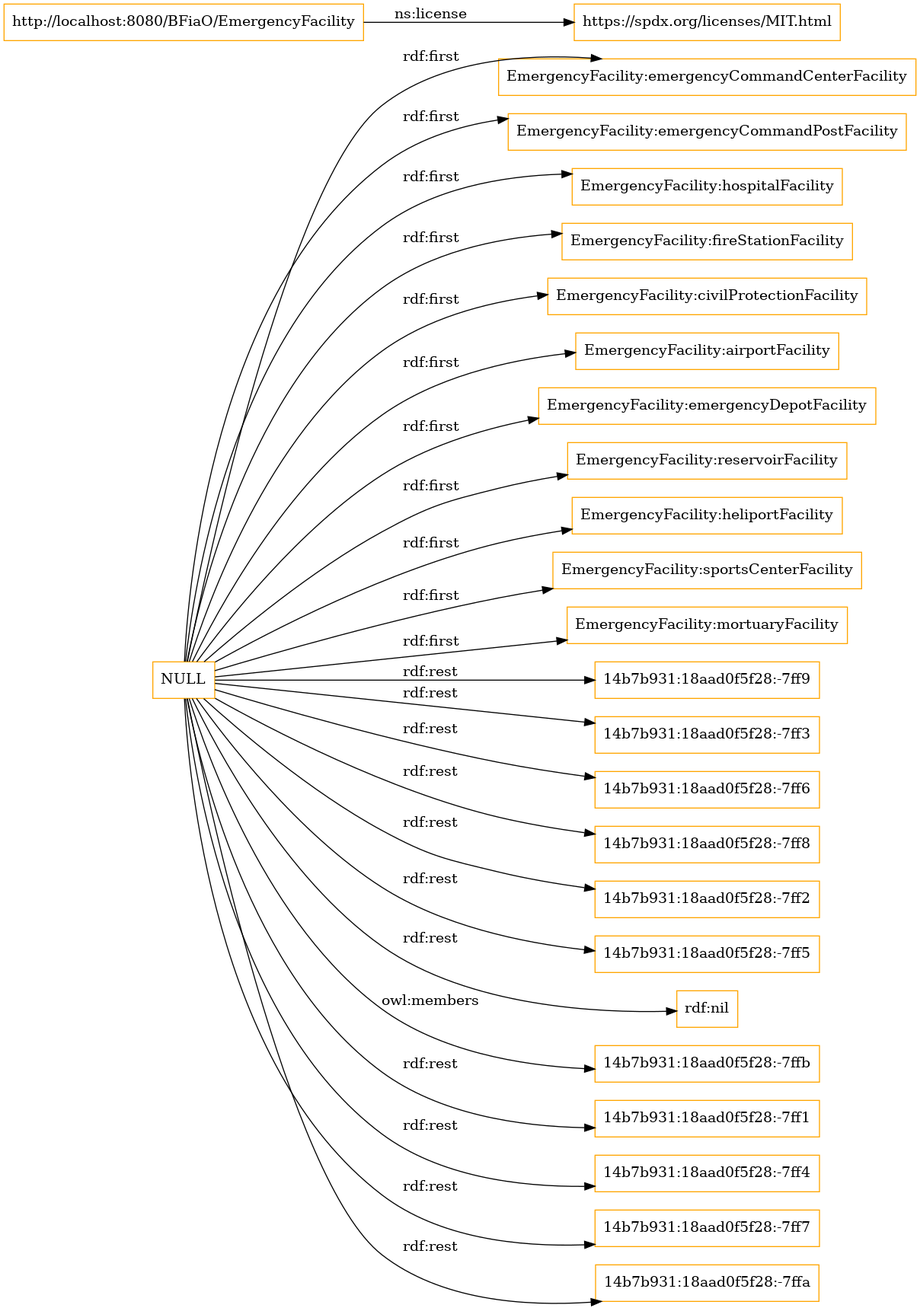
ahmad88me/bfiao keeps this Graphviz diagram as OnToology/EmergencyFacility.owl/diagrams/ar2dtool-class/EmergencyFacility.owl.png. Above is the earlier version. Its source is kept beside it as OnToology/EmergencyFacility.owl/diagrams/ar2dtool-class/EmergencyFacility.owl.png.dot.
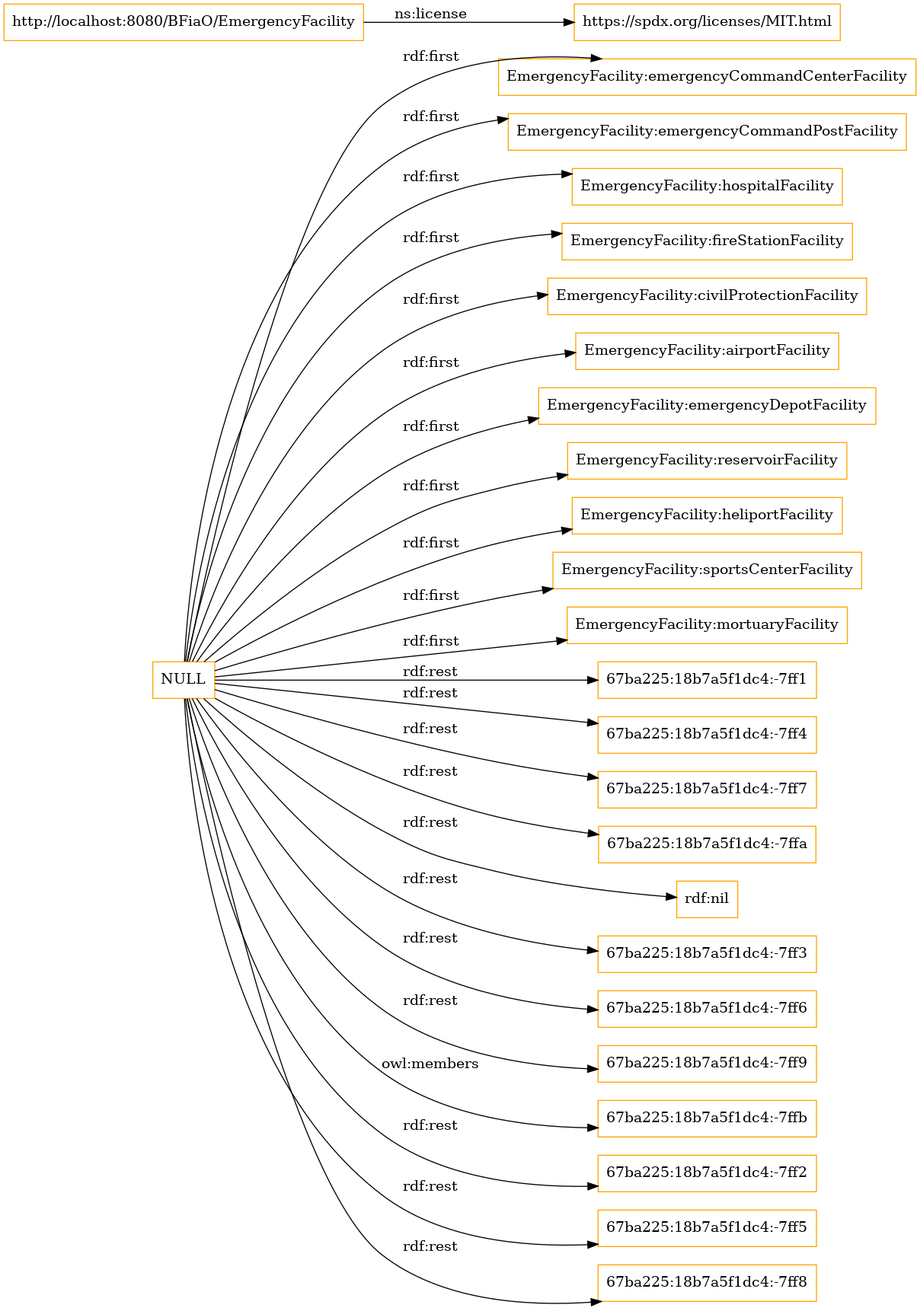
The same file after the commit.

What changed in the source:
```diff
@@ -4,27 +4,27 @@
 node [shape = rectangle, color="orange"]; "EmergencyFacility:emergencyCommandCenterFacility" "EmergencyFacility:emergencyCommandPostFacility" "EmergencyFacility:hospitalFacility" "EmergencyFacility:fireStationFacility" "EmergencyFacility:civilProtectionFacility" "EmergencyFacility:airportFacility" "EmergencyFacility:emergencyDepotFacility" "EmergencyFacility:reservoirFacility" "EmergencyFacility:heliportFacility" "EmergencyFacility:sportsCenterFacility" "EmergencyFacility:mortuaryFacility" ; /*classes style*/
 	"NULL" -> "EmergencyFacility:civilProtectionFacility" [ label = "rdf:first" ];
 	"NULL" -> "EmergencyFacility:emergencyCommandPostFacility" [ label = "rdf:first" ];
-	"NULL" -> "14b7b931:18aad0f5f28:-7ff9" [ label = "rdf:rest" ];
-	"NULL" -> "14b7b931:18aad0f5f28:-7ff3" [ label = "rdf:rest" ];
-	"NULL" -> "14b7b931:18aad0f5f28:-7ff6" [ label = "rdf:rest" ];
+	"NULL" -> "67ba225:18b7a5f1dc4:-7ff1" [ label = "rdf:rest" ];
+	"NULL" -> "67ba225:18b7a5f1dc4:-7ff4" [ label = "rdf:rest" ];
+	"NULL" -> "67ba225:18b7a5f1dc4:-7ff7" [ label = "rdf:rest" ];
+	"NULL" -> "67ba225:18b7a5f1dc4:-7ffa" [ label = "rdf:rest" ];
 	"NULL" -> "EmergencyFacility:emergencyDepotFacility" [ label = "rdf:first" ];
-	"NULL" -> "14b7b931:18aad0f5f28:-7ff8" [ label = "rdf:rest" ];
 	"NULL" -> "EmergencyFacility:hospitalFacility" [ label = "rdf:first" ];
-	"NULL" -> "14b7b931:18aad0f5f28:-7ff2" [ label = "rdf:rest" ];
-	"NULL" -> "14b7b931:18aad0f5f28:-7ff5" [ label = "rdf:rest" ];
 	"NULL" -> "rdf:nil" [ label = "rdf:rest" ];
+	"NULL" -> "EmergencyFacility:heliportFacility" [ label = "rdf:first" ];
+	"NULL" -> "67ba225:18b7a5f1dc4:-7ff3" [ label = "rdf:rest" ];
+	"NULL" -> "67ba225:18b7a5f1dc4:-7ff6" [ label = "rdf:rest" ];
+	"NULL" -> "67ba225:18b7a5f1dc4:-7ff9" [ label = "rdf:rest" ];
 	"NULL" -> "EmergencyFacility:airportFacility" [ label = "rdf:first" ];
-	"NULL" -> "EmergencyFacility:heliportFacility" [ label = "rdf:first" ];
 	"NULL" -> "EmergencyFacility:emergencyCommandCenterFacility" [ label = "rdf:first" ];
+	"NULL" -> "EmergencyFacility:reservoirFacility" [ label = "rdf:first" ];
 	"NULL" -> "EmergencyFacility:fireStationFacility" [ label = "rdf:first" ];
-	"NULL" -> "14b7b931:18aad0f5f28:-7ffb" [ label = "owl:members" ];
-	"NULL" -> "EmergencyFacility:reservoirFacility" [ label = "rdf:first" ];
-	"NULL" -> "14b7b931:18aad0f5f28:-7ff1" [ label = "rdf:rest" ];
-	"NULL" -> "14b7b931:18aad0f5f28:-7ff4" [ label = "rdf:rest" ];
-	"NULL" -> "14b7b931:18aad0f5f28:-7ff7" [ label = "rdf:rest" ];
 	"NULL" -> "EmergencyFacility:mortuaryFacility" [ label = "rdf:first" ];
+	"NULL" -> "67ba225:18b7a5f1dc4:-7ffb" [ label = "owl:members" ];
 	"NULL" -> "EmergencyFacility:sportsCenterFacility" [ label = "rdf:first" ];
-	"NULL" -> "14b7b931:18aad0f5f28:-7ffa" [ label = "rdf:rest" ];
+	"NULL" -> "67ba225:18b7a5f1dc4:-7ff2" [ label = "rdf:rest" ];
+	"NULL" -> "67ba225:18b7a5f1dc4:-7ff5" [ label = "rdf:rest" ];
+	"NULL" -> "67ba225:18b7a5f1dc4:-7ff8" [ label = "rdf:rest" ];
 	"http://localhost:8080/BFiaO/EmergencyFacility" -> "https://spdx.org/licenses/MIT.html" [ label = "ns:license" ];
 
 }
```
